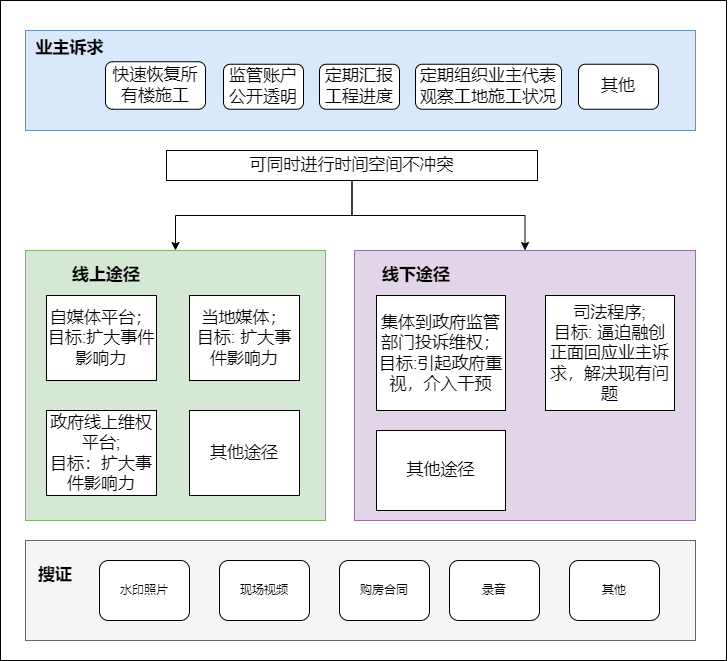
The draw.io diagram rcyhcyDK6-safeguardRights.png in GitHeP/diagrams, before a commit. Source tidied: cells renumbered, new cells last; positions are measured from the earlier drawing's top-left corner, leaving out a move shared by most shapes.
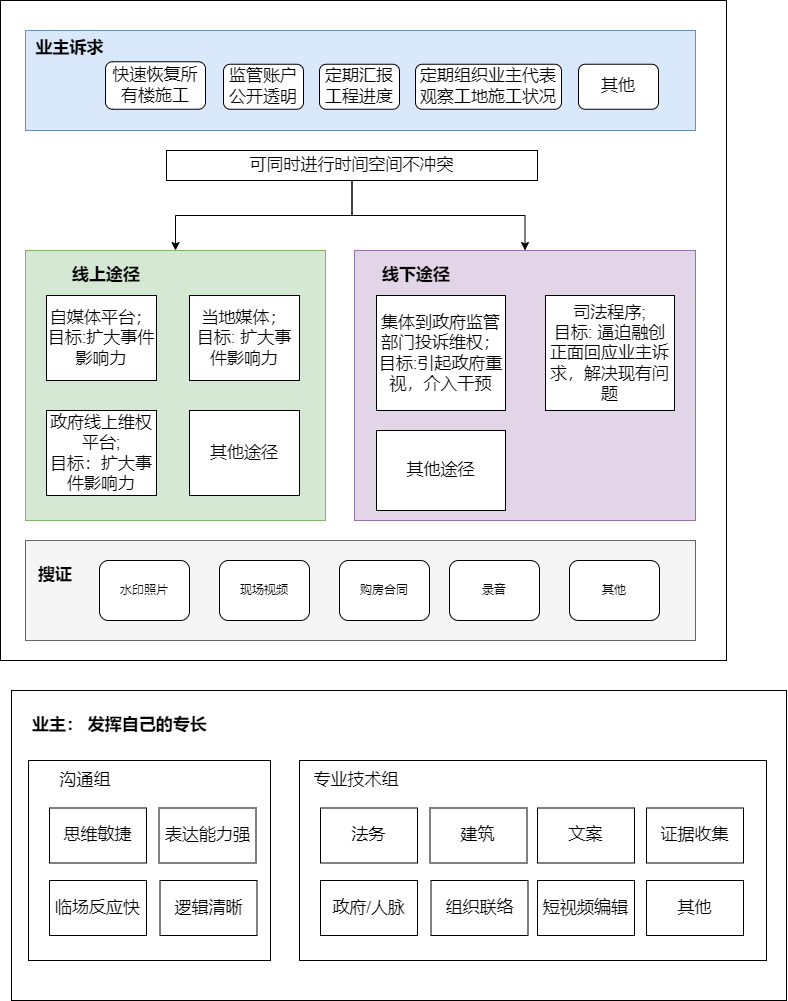
After the change.

Change to the diagram source:
```diff
@@ -89,5 +89,59 @@
     <mxCell id="30" value="可同时进行时间空间不冲突" style="rounded=0;whiteSpace=wrap;html=1;fontSize=17;" parent="1" vertex="1">
       <mxGeometry x="166" y="150" width="371" height="30" as="geometry" />
     </mxCell>
+    <mxCell id="31" style="rounded=0;whiteSpace=wrap;html=1;fontSize=17;" parent="1" vertex="1">
+      <mxGeometry x="11" y="690" width="775" height="310" as="geometry" />
+    </mxCell>
+    <mxCell id="32" value="&lt;b&gt;业主： 发挥自己的专长&lt;/b&gt;" style="text;html=1;strokeColor=none;fillColor=none;align=left;verticalAlign=middle;whiteSpace=wrap;rounded=0;fontSize=17;" parent="1" vertex="1">
+      <mxGeometry x="30" y="710" width="216" height="30" as="geometry" />
+    </mxCell>
+    <mxCell id="33" style="rounded=0;whiteSpace=wrap;html=1;fontSize=17;" parent="1" vertex="1">
+      <mxGeometry x="28" y="760" width="242" height="200" as="geometry" />
+    </mxCell>
+    <mxCell id="34" value="思维敏捷" style="rounded=0;whiteSpace=wrap;html=1;fontSize=17;" parent="1" vertex="1">
+      <mxGeometry x="49" y="807.5" width="97" height="55" as="geometry" />
+    </mxCell>
+    <mxCell id="35" value="逻辑清晰" style="rounded=0;whiteSpace=wrap;html=1;fontSize=17;" parent="1" vertex="1">
+      <mxGeometry x="159.5" y="880" width="97" height="55" as="geometry" />
+    </mxCell>
+    <mxCell id="36" value="表达能力强" style="rounded=0;whiteSpace=wrap;html=1;fontSize=17;" parent="1" vertex="1">
+      <mxGeometry x="158.5" y="807.5" width="97" height="55" as="geometry" />
+    </mxCell>
+    <mxCell id="37" value="沟通组" style="text;html=1;strokeColor=none;fillColor=none;align=center;verticalAlign=middle;whiteSpace=wrap;rounded=0;fontSize=17;" parent="1" vertex="1">
+      <mxGeometry x="40" y="770" width="90" height="20" as="geometry" />
+    </mxCell>
+    <mxCell id="38" value="临场反应快" style="rounded=0;whiteSpace=wrap;html=1;fontSize=17;" parent="1" vertex="1">
+      <mxGeometry x="49" y="880" width="97" height="55" as="geometry" />
+    </mxCell>
+    <mxCell id="39" style="rounded=0;whiteSpace=wrap;html=1;fontSize=17;" parent="1" vertex="1">
+      <mxGeometry x="299" y="760" width="467" height="200" as="geometry" />
+    </mxCell>
+    <mxCell id="40" value="法务" style="rounded=0;whiteSpace=wrap;html=1;fontSize=17;" parent="1" vertex="1">
+      <mxGeometry x="320" y="807.5" width="97" height="55" as="geometry" />
+    </mxCell>
+    <mxCell id="41" value="组织联络" style="rounded=0;whiteSpace=wrap;html=1;fontSize=17;" parent="1" vertex="1">
+      <mxGeometry x="430.5" y="880" width="97" height="55" as="geometry" />
+    </mxCell>
+    <mxCell id="42" value="建筑" style="rounded=0;whiteSpace=wrap;html=1;fontSize=17;" parent="1" vertex="1">
+      <mxGeometry x="429.5" y="807.5" width="97" height="55" as="geometry" />
+    </mxCell>
+    <mxCell id="43" value="专业技术组" style="text;html=1;strokeColor=none;fillColor=none;align=center;verticalAlign=middle;whiteSpace=wrap;rounded=0;fontSize=17;" parent="1" vertex="1">
+      <mxGeometry x="311" y="770" width="90" height="20" as="geometry" />
+    </mxCell>
+    <mxCell id="44" value="政府/人脉" style="rounded=0;whiteSpace=wrap;html=1;fontSize=17;" parent="1" vertex="1">
+      <mxGeometry x="320" y="880" width="97" height="55" as="geometry" />
+    </mxCell>
+    <mxCell id="45" value="文案" style="rounded=0;whiteSpace=wrap;html=1;fontSize=17;" parent="1" vertex="1">
+      <mxGeometry x="537" y="807.5" width="97" height="55" as="geometry" />
+    </mxCell>
+    <mxCell id="46" value="短视频编辑" style="rounded=0;whiteSpace=wrap;html=1;fontSize=17;" parent="1" vertex="1">
+      <mxGeometry x="537" y="880" width="97" height="55" as="geometry" />
+    </mxCell>
+    <mxCell id="47" value="证据收集" style="rounded=0;whiteSpace=wrap;html=1;fontSize=17;" parent="1" vertex="1">
+      <mxGeometry x="646" y="807.5" width="97" height="55" as="geometry" />
+    </mxCell>
+    <mxCell id="48" value="其他" style="rounded=0;whiteSpace=wrap;html=1;fontSize=17;" parent="1" vertex="1">
+      <mxGeometry x="646" y="880" width="97" height="55" as="geometry" />
+    </mxCell>
   </root>
 </mxGraphModel>
```
